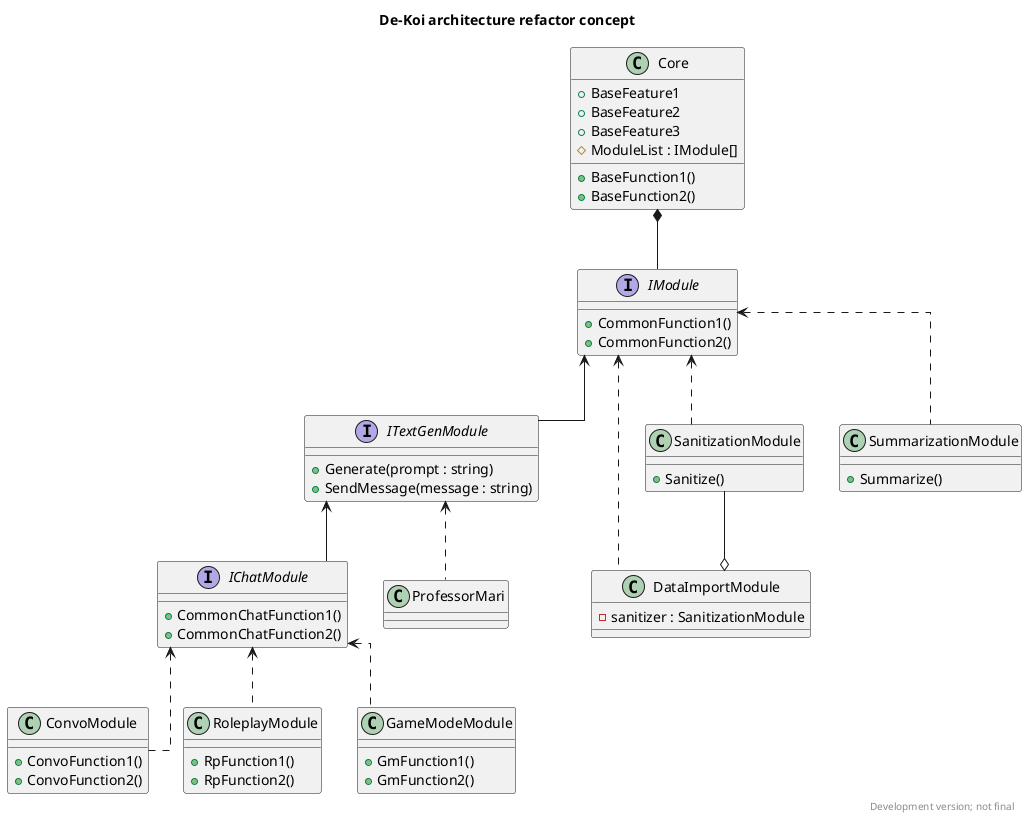
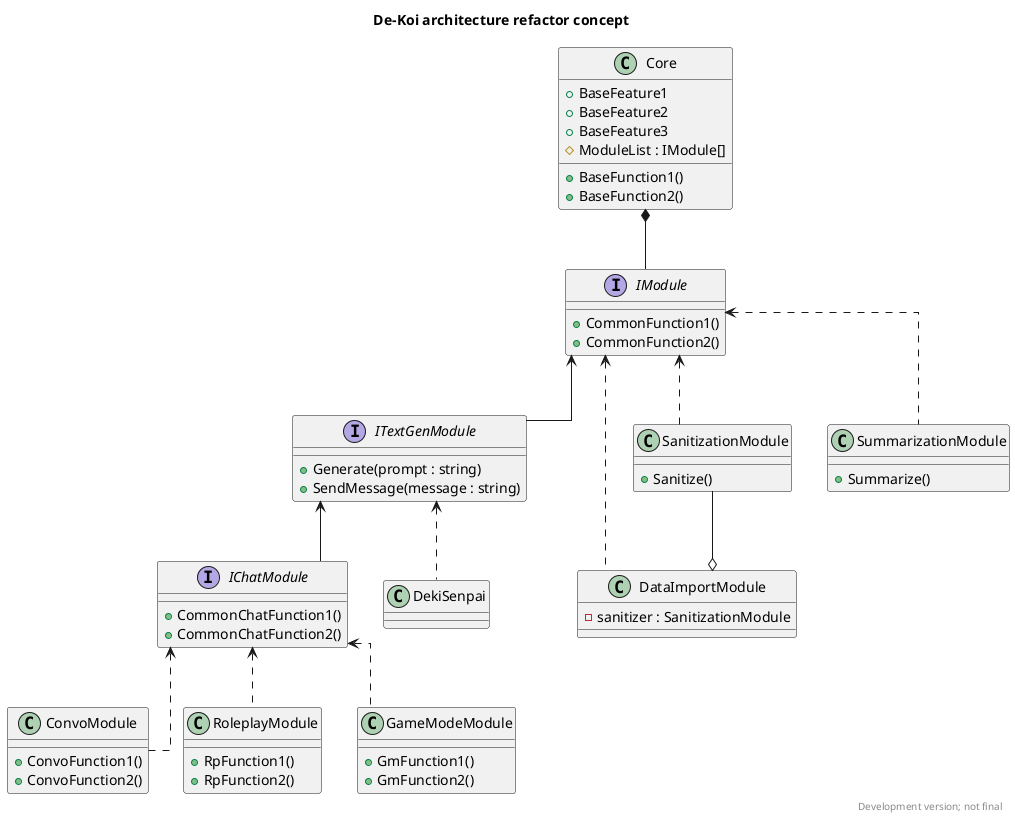
@startuml name "De-Koi architecture refactor"
title "De-Koi architecture refactor concept"
rightfooter Development version; not final

skinparam linetype ortho

'package "Core" #DDDDDD {
'  Object <|-- ArrayList
'
'}

class Core {
    + BaseFeature1
    + BaseFeature2
    + BaseFeature3
    # ModuleList : IModule[]

    + BaseFunction1()
    + BaseFunction2()
}

interface IModule
{
    + CommonFunction1()
    + CommonFunction2()
}

interface ITextGenModule
{
    + Generate(prompt : string)
    + SendMessage(message : string)
}

interface IChatModule
{
    + CommonChatFunction1()
    + CommonChatFunction2()
}

class ConvoModule
{
    + ConvoFunction1()
    + ConvoFunction2()
}

class RoleplayModule
{
    + RpFunction1()
    + RpFunction2()
}

class GameModeModule
{
    + GmFunction1()
    + GmFunction2()
}

class DataImportModule
{
    - sanitizer : SanitizationModule
}

class SanitizationModule
{
    + Sanitize()
}

class SummarizationModule
{
    + Summarize()
}

- class ProfessorMari
+ class DekiSenpai
{

}

IModule -up-* Core
IChatModule <.. ConvoModule
IChatModule <.. RoleplayModule
IChatModule <.. GameModeModule
IModule <.. DataImportModule
IModule <.. SanitizationModule
IModule <-- ITextGenModule
IModule <.. SummarizationModule
ITextGenModule <-- IChatModule
- ProfessorMari .up.> ITextGenModule
+ DekiSenpai .up.> ITextGenModule
SanitizationModule -down-o DataImportModule

@enduml
